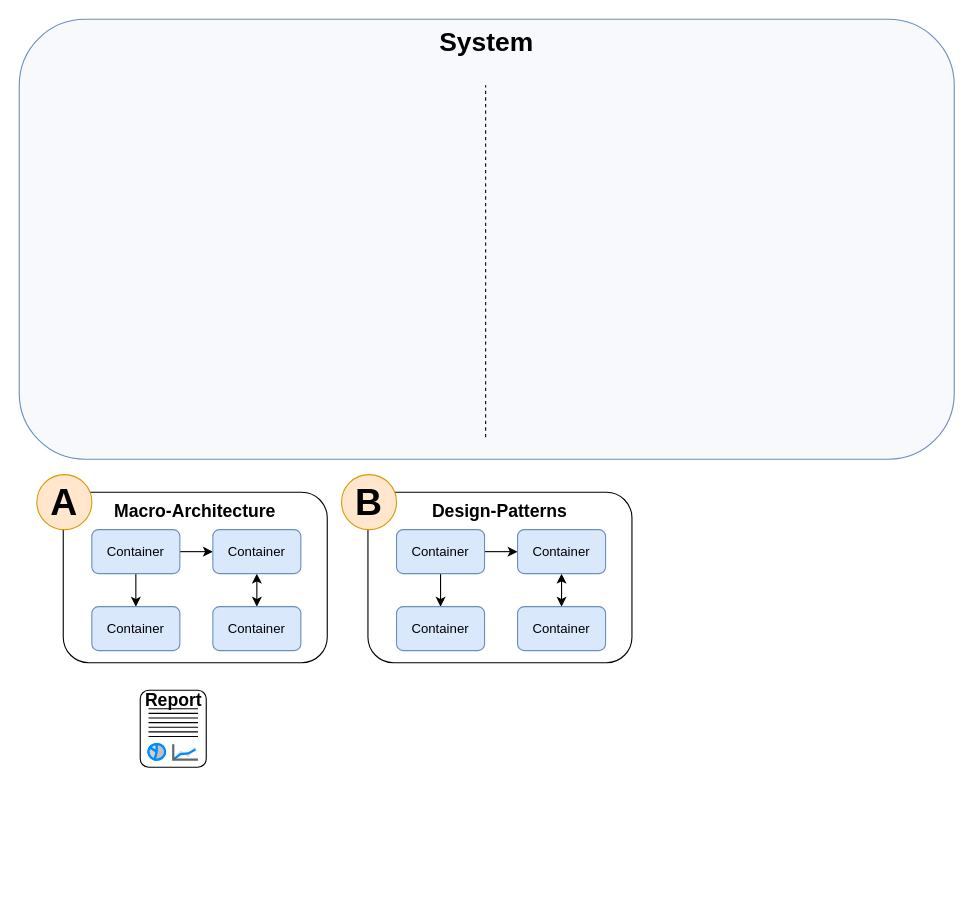
Before: page "Page-4" (4 of 4) of E-TEMS25.drawio in mhecktor/draw.io, a draw.io diagram. Source tidied: cells renumbered, new cells numbered last; positions are measured from the earlier drawing's top-left corner, leaving out a move shared by most shapes. Both pictures are drawn from the tidied source at 110%, with x=0, y=0 at pixel (19, 19).
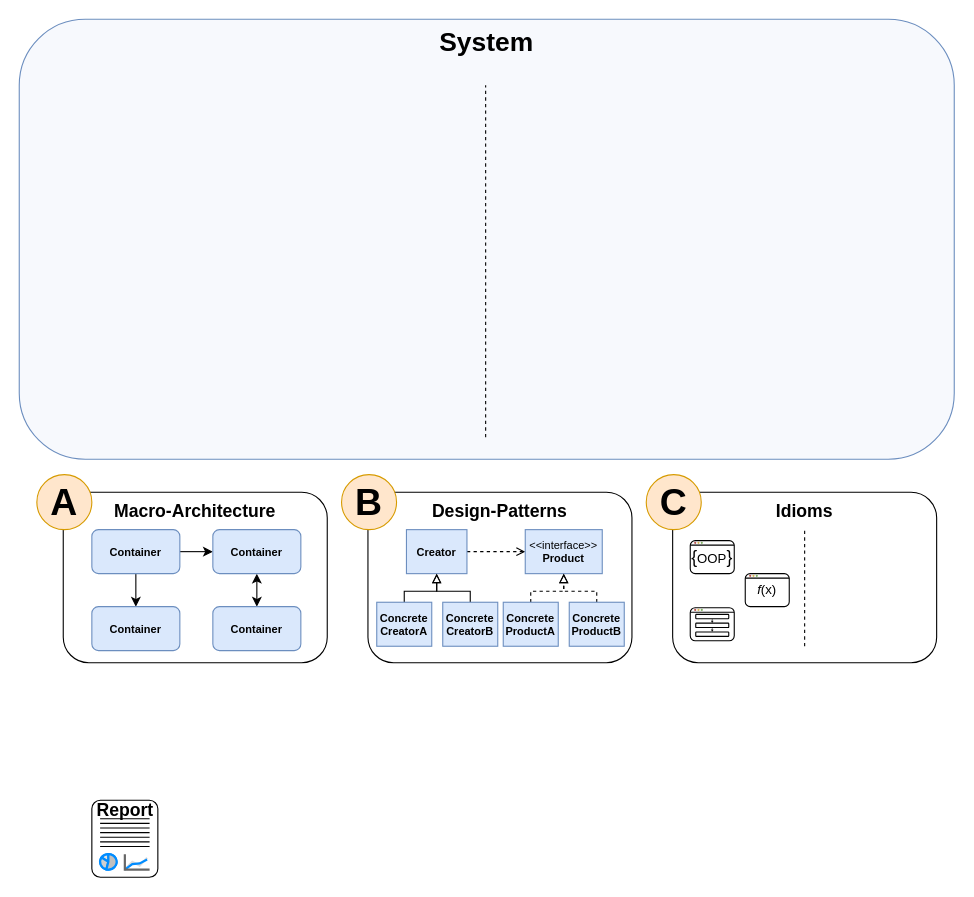
Above is the later version.

Diff of the diagram source:
```diff
@@
-    <mxCell id="7" value="Container" style="rounded=1;whiteSpace=wrap;html=1;fillColor=#dae8fc;strokeColor=#6c8ebf;" parent="1" vertex="1">
+    <mxCell id="7" value="Container" style="rounded=1;whiteSpace=wrap;html=1;fillColor=#dae8fc;strokeColor=#6c8ebf;fontSize=10;fontStyle=1;" parent="1" vertex="1">
       <mxGeometry x="66" y="464" width="80" height="40" as="geometry" />
     </mxCell>
@@
-    <mxCell id="9" value="Container" style="rounded=1;whiteSpace=wrap;html=1;fillColor=#dae8fc;strokeColor=#6c8ebf;" parent="1" vertex="1">
+    <mxCell id="9" value="Container" style="rounded=1;whiteSpace=wrap;html=1;fillColor=#dae8fc;strokeColor=#6c8ebf;fontSize=10;fontStyle=1;" parent="1" vertex="1">
       <mxGeometry x="176" y="464" width="80" height="40" as="geometry" />
     </mxCell>
-    <mxCell id="10" value="Container" style="rounded=1;whiteSpace=wrap;html=1;fillColor=#dae8fc;strokeColor=#6c8ebf;" parent="1" vertex="1">
+    <mxCell id="10" value="Container" style="rounded=1;whiteSpace=wrap;html=1;fillColor=#dae8fc;strokeColor=#6c8ebf;fontSize=10;fontStyle=1;" parent="1" vertex="1">
       <mxGeometry x="66" y="534" width="80" height="40" as="geometry" />
     </mxCell>
-    <mxCell id="11" value="Container" style="rounded=1;whiteSpace=wrap;html=1;fillColor=#dae8fc;strokeColor=#6c8ebf;" parent="1" vertex="1">
+    <mxCell id="11" value="Container" style="rounded=1;whiteSpace=wrap;html=1;fillColor=#dae8fc;strokeColor=#6c8ebf;fontSize=10;fontStyle=1;" parent="1" vertex="1">
       <mxGeometry x="176" y="534" width="80" height="40" as="geometry" />
     </mxCell>
@@
-    <mxCell id="15" style="edgeStyle=orthogonalEdgeStyle;rounded=0;jettySize=auto;html=1;exitX=0.5;exitY=1;exitDx=0;exitDy=0;entryX=0.5;entryY=0;entryDx=0;entryDy=0;" parent="1" edge="1" source="17" target="20">
-      <mxGeometry relative="1" as="geometry" />
-    </mxCell>
-    <mxCell id="16" style="edgeStyle=orthogonalEdgeStyle;rounded=0;jettySize=auto;html=1;exitX=1;exitY=0.5;exitDx=0;exitDy=0;entryX=0;entryY=0.5;entryDx=0;entryDy=0;" parent="1" edge="1" source="17" target="19">
-      <mxGeometry relative="1" as="geometry" />
-    </mxCell>
-    <mxCell id="17" value="Container" style="rounded=1;whiteSpace=wrap;html=1;fillColor=#dae8fc;strokeColor=#6c8ebf;" parent="1" vertex="1">
-      <mxGeometry x="343" y="464" width="80" height="40" as="geometry" />
-    </mxCell>
-    <mxCell id="18" style="edgeStyle=orthogonalEdgeStyle;rounded=0;jettySize=auto;html=1;exitX=0.5;exitY=1;exitDx=0;exitDy=0;entryX=0.5;entryY=0;entryDx=0;entryDy=0;startArrow=classic;startFill=1;" parent="1" edge="1" source="19" target="21">
-      <mxGeometry relative="1" as="geometry" />
-    </mxCell>
-    <mxCell id="19" value="Container" style="rounded=1;whiteSpace=wrap;html=1;fillColor=#dae8fc;strokeColor=#6c8ebf;" parent="1" vertex="1">
-      <mxGeometry x="453" y="464" width="80" height="40" as="geometry" />
-    </mxCell>
-    <mxCell id="20" value="Container" style="rounded=1;whiteSpace=wrap;html=1;fillColor=#dae8fc;strokeColor=#6c8ebf;" parent="1" vertex="1">
-      <mxGeometry x="343" y="534" width="80" height="40" as="geometry" />
-    </mxCell>
-    <mxCell id="21" value="Container" style="rounded=1;whiteSpace=wrap;html=1;fillColor=#dae8fc;strokeColor=#6c8ebf;" parent="1" vertex="1">
-      <mxGeometry x="453" y="534" width="80" height="40" as="geometry" />
-    </mxCell>
@@
     <mxCell id="24" style="group;" parent="1" vertex="1">
-      <mxGeometry x="110" y="610" width="60" height="70" as="geometry" />
+      <mxGeometry x="66" y="710" width="60" height="70" as="geometry" />
     </mxCell>
@@
+    <mxCell id="36" style="edgeStyle=orthogonalEdgeStyle;rounded=0;jettySize=auto;html=1;exitX=1;exitY=0.5;exitDx=0;exitDy=0;entryX=0;entryY=0.5;entryDx=0;entryDy=0;dashed=1;endArrow=open;endFill=0;" parent="1" edge="1" source="37" target="42">
+      <mxGeometry relative="1" as="geometry" />
+    </mxCell>
+    <mxCell id="37" value="&lt;b&gt;Creator&lt;/b&gt;" style="rounded=0;whiteSpace=wrap;html=1;fillColor=#dae8fc;strokeColor=#6c8ebf;fontSize=10;" parent="1" vertex="1">
+      <mxGeometry x="352" y="464" width="55" height="40" as="geometry" />
+    </mxCell>
+    <mxCell id="38" style="edgeStyle=orthogonalEdgeStyle;rounded=0;jettySize=auto;html=1;exitX=0.5;exitY=0;exitDx=0;exitDy=0;entryX=0.5;entryY=1;entryDx=0;entryDy=0;endArrow=block;endFill=0;" parent="1" edge="1" source="39" target="37">
+      <mxGeometry relative="1" as="geometry">
+        <Array as="points">
+          <mxPoint x="360" y="520" />
+          <mxPoint x="395" y="520" />
+        </Array>
+      </mxGeometry>
+    </mxCell>
+    <mxCell id="39" value="Concrete&lt;div&gt;CreatorA&lt;/div&gt;" style="rounded=0;whiteSpace=wrap;html=1;fillColor=#dae8fc;strokeColor=#6c8ebf;fontSize=10;fontStyle=1;" parent="1" vertex="1">
+      <mxGeometry x="325" y="530" width="50" height="40" as="geometry" />
+    </mxCell>
+    <mxCell id="40" style="edgeStyle=orthogonalEdgeStyle;rounded=0;jettySize=auto;html=1;exitX=0.5;exitY=0;exitDx=0;exitDy=0;entryX=0.5;entryY=1;entryDx=0;entryDy=0;endArrow=block;endFill=0;" parent="1" edge="1" source="41" target="37">
+      <mxGeometry relative="1" as="geometry">
+        <Array as="points">
+          <mxPoint x="410" y="520" />
+          <mxPoint x="380" y="520" />
+        </Array>
+      </mxGeometry>
+    </mxCell>
+    <mxCell id="41" value="Concrete&lt;div&gt;CreatorB&lt;/div&gt;" style="rounded=0;whiteSpace=wrap;html=1;fillColor=#dae8fc;strokeColor=#6c8ebf;fontSize=10;fontStyle=1;" parent="1" vertex="1">
+      <mxGeometry x="385" y="530" width="50" height="40" as="geometry" />
+    </mxCell>
+    <mxCell id="42" value="&lt;div&gt;&lt;font&gt;&amp;lt;&amp;lt;interface&amp;gt;&amp;gt;&lt;/font&gt;&lt;/div&gt;&lt;b&gt;Product&lt;/b&gt;" style="rounded=0;whiteSpace=wrap;html=1;fillColor=#dae8fc;strokeColor=#6c8ebf;fontSize=10;" parent="1" vertex="1">
+      <mxGeometry x="460" y="464" width="70" height="40" as="geometry" />
+    </mxCell>
+    <mxCell id="43" style="edgeStyle=orthogonalEdgeStyle;rounded=0;jettySize=auto;html=1;exitX=0.5;exitY=0;exitDx=0;exitDy=0;entryX=0.5;entryY=1;entryDx=0;entryDy=0;dashed=1;endArrow=block;endFill=0;" parent="1" edge="1" source="44" target="42">
+      <mxGeometry relative="1" as="geometry">
+        <Array as="points">
+          <mxPoint x="465" y="520" />
+          <mxPoint x="495" y="520" />
+        </Array>
+      </mxGeometry>
+    </mxCell>
+    <mxCell id="44" value="Concrete&lt;div&gt;ProductA&lt;/div&gt;" style="rounded=0;whiteSpace=wrap;html=1;fillColor=#dae8fc;strokeColor=#6c8ebf;fontSize=10;fontStyle=1;" parent="1" vertex="1">
+      <mxGeometry x="440" y="530" width="50" height="40" as="geometry" />
+    </mxCell>
+    <mxCell id="45" style="edgeStyle=orthogonalEdgeStyle;rounded=0;jettySize=auto;html=1;exitX=0.5;exitY=0;exitDx=0;exitDy=0;entryX=0.5;entryY=1;entryDx=0;entryDy=0;dashed=1;endArrow=block;endFill=0;" parent="1" edge="1" source="46" target="42">
+      <mxGeometry relative="1" as="geometry">
+        <Array as="points">
+          <mxPoint x="525" y="520" />
+          <mxPoint x="495" y="520" />
+        </Array>
+      </mxGeometry>
+    </mxCell>
+    <mxCell id="46" value="Concrete&lt;div&gt;ProductB&lt;/div&gt;" style="rounded=0;whiteSpace=wrap;html=1;fillColor=#dae8fc;strokeColor=#6c8ebf;fontSize=10;fontStyle=1;" parent="1" vertex="1">
+      <mxGeometry x="500" y="530" width="50" height="40" as="geometry" />
+    </mxCell>
+    <mxCell id="47" value="&lt;div&gt;&lt;br&gt;&lt;/div&gt;" style="rounded=1;whiteSpace=wrap;html=1;verticalAlign=top;fontStyle=1;" parent="1" vertex="1">
+      <mxGeometry x="594" y="430" width="240" height="155" as="geometry" />
+    </mxCell>
+    <mxCell id="48" value="C" style="ellipse;whiteSpace=wrap;html=1;fontStyle=1;fontSize=34;fillColor=#ffe6cc;strokeColor=#d79b00;" parent="1" vertex="1">
+      <mxGeometry x="570" y="414" width="50" height="50" as="geometry" />
+    </mxCell>
+    <mxCell id="49" value="&lt;span style=&quot;font-weight: 700;&quot;&gt;Idioms&lt;/span&gt;" style="text;html=1;align=center;verticalAlign=middle;whiteSpace=wrap;rounded=0;fontSize=16;" parent="1" vertex="1">
+      <mxGeometry x="594" y="430" width="240" height="34" as="geometry" />
+    </mxCell>
+    <mxCell id="50" style="group;" parent="1" vertex="1">
+      <mxGeometry x="610" y="474" width="40" height="30" as="geometry" />
+    </mxCell>
+    <mxCell id="51" value="&lt;font style=&quot;font-size: 16px;&quot;&gt;{&lt;/font&gt;&lt;font&gt;OO&lt;/font&gt;P&lt;font style=&quot;font-size: 16px;&quot;&gt;}&lt;/font&gt;" style="rounded=1;whiteSpace=wrap;html=1;" parent="50" vertex="1">
+      <mxGeometry width="40" height="30" as="geometry" />
+    </mxCell>
+    <mxCell id="52" style="endArrow=none;html=1;rounded=0;exitX=0.001;exitY=0.136;exitDx=0;exitDy=0;exitPerimeter=0;sourcePerimeterSpacing=0;entryX=0.998;entryY=0.136;entryDx=0;entryDy=0;entryPerimeter=0;" parent="50" edge="1" source="51" target="51">
+      <mxGeometry relative="1" as="geometry" />
+    </mxCell>
+    <mxCell id="53" style="ellipse;whiteSpace=wrap;html=1;fillColor=#f8cecc;strokeColor=#b85450;" parent="50" vertex="1">
+      <mxGeometry x="4" y="1.5" width="1" height="1" as="geometry" />
+    </mxCell>
+    <mxCell id="54" style="ellipse;whiteSpace=wrap;html=1;fillColor=#fff2cc;strokeColor=#d6b656;" parent="50" vertex="1">
+      <mxGeometry x="7" y="1.5" width="1" height="1" as="geometry" />
+    </mxCell>
+    <mxCell id="55" style="ellipse;whiteSpace=wrap;html=1;fillColor=#d5e8d4;strokeColor=#82b366;" parent="50" vertex="1">
+      <mxGeometry x="10" y="1.5" width="1" height="1" as="geometry" />
+    </mxCell>
+    <mxCell id="56" style="group;" parent="1" vertex="1">
+      <mxGeometry x="660" y="504" width="40" height="30" as="geometry" />
+    </mxCell>
+    <mxCell id="57" value="&lt;i&gt;f&lt;/i&gt;(x)" style="rounded=1;whiteSpace=wrap;html=1;" parent="56" vertex="1">
+      <mxGeometry width="40" height="30" as="geometry" />
+    </mxCell>
+    <mxCell id="58" style="endArrow=none;html=1;rounded=0;exitX=0.001;exitY=0.136;exitDx=0;exitDy=0;exitPerimeter=0;sourcePerimeterSpacing=0;entryX=0.998;entryY=0.136;entryDx=0;entryDy=0;entryPerimeter=0;" parent="56" edge="1" source="57" target="57">
+      <mxGeometry relative="1" as="geometry" />
+    </mxCell>
+    <mxCell id="59" style="ellipse;whiteSpace=wrap;html=1;fillColor=#f8cecc;strokeColor=#b85450;" parent="56" vertex="1">
+      <mxGeometry x="4" y="1.5" width="1" height="1" as="geometry" />
+    </mxCell>
+    <mxCell id="60" style="ellipse;whiteSpace=wrap;html=1;fillColor=#fff2cc;strokeColor=#d6b656;" parent="56" vertex="1">
+      <mxGeometry x="7" y="1.5" width="1" height="1" as="geometry" />
+    </mxCell>
+    <mxCell id="61" style="ellipse;whiteSpace=wrap;html=1;fillColor=#d5e8d4;strokeColor=#82b366;" parent="56" vertex="1">
+      <mxGeometry x="10" y="1.5" width="1" height="1" as="geometry" />
+    </mxCell>
+    <mxCell id="62" style="endArrow=none;dashed=1;html=1;rounded=0;entryX=0.5;entryY=1;entryDx=0;entryDy=0;" parent="1" edge="1" target="49">
+      <mxGeometry relative="1" as="geometry">
+        <mxPoint x="714" y="570" as="sourcePoint" />
+      </mxGeometry>
+    </mxCell>
+    <mxCell id="63" style="group;" parent="1" vertex="1">
+      <mxGeometry x="610" y="535" width="40" height="30" as="geometry" />
+    </mxCell>
+    <mxCell id="64" style="group;" parent="63" vertex="1">
+      <mxGeometry width="40" height="30" as="geometry" />
+    </mxCell>
+    <mxCell id="65" style="rounded=1;whiteSpace=wrap;html=1;" parent="64" vertex="1">
+      <mxGeometry width="40" height="30" as="geometry" />
+    </mxCell>
+    <mxCell id="66" style="endArrow=none;html=1;rounded=0;exitX=0.001;exitY=0.136;exitDx=0;exitDy=0;exitPerimeter=0;sourcePerimeterSpacing=0;entryX=0.998;entryY=0.136;entryDx=0;entryDy=0;entryPerimeter=0;" parent="64" edge="1" source="65" target="65">
+      <mxGeometry relative="1" as="geometry" />
+    </mxCell>
+    <mxCell id="67" style="ellipse;whiteSpace=wrap;html=1;fillColor=#f8cecc;strokeColor=#b85450;" parent="64" vertex="1">
+      <mxGeometry x="4" y="1.5" width="1" height="1" as="geometry" />
+    </mxCell>
+    <mxCell id="68" style="ellipse;whiteSpace=wrap;html=1;fillColor=#fff2cc;strokeColor=#d6b656;" parent="64" vertex="1">
+      <mxGeometry x="7" y="1.5" width="1" height="1" as="geometry" />
+    </mxCell>
+    <mxCell id="69" style="ellipse;whiteSpace=wrap;html=1;fillColor=#d5e8d4;strokeColor=#82b366;" parent="64" vertex="1">
+      <mxGeometry x="10" y="1.5" width="1" height="1" as="geometry" />
+    </mxCell>
+    <mxCell id="70" style="rounded=1;whiteSpace=wrap;html=1;" parent="64" vertex="1">
+      <mxGeometry x="5" y="14" width="30" height="4" as="geometry" />
+    </mxCell>
+    <mxCell id="71" style="edgeStyle=orthogonalEdgeStyle;rounded=0;jettySize=auto;html=1;exitX=0.5;exitY=1;exitDx=0;exitDy=0;entryX=0.5;entryY=0;entryDx=0;entryDy=0;endSize=1;startSize=1;strokeWidth=0.5;" parent="63" edge="1" source="72" target="70">
+      <mxGeometry relative="1" as="geometry" />
+    </mxCell>
+    <mxCell id="72" style="rounded=1;whiteSpace=wrap;html=1;" parent="63" vertex="1">
+      <mxGeometry x="5" y="6" width="30" height="4" as="geometry" />
+    </mxCell>
+    <mxCell id="73" style="rounded=1;whiteSpace=wrap;html=1;" parent="63" vertex="1">
+      <mxGeometry x="5" y="22" width="30" height="4" as="geometry" />
+    </mxCell>
+    <mxCell id="74" style="edgeStyle=orthogonalEdgeStyle;rounded=0;orthogonalLoop=1;jettySize=auto;html=1;exitX=0.5;exitY=1;exitDx=0;exitDy=0;entryX=0.5;entryY=0;entryDx=0;entryDy=0;endSize=1;startSize=1;strokeWidth=0.5;" parent="63" edge="1">
+      <mxGeometry relative="1" as="geometry">
+        <mxPoint x="20" y="18" as="sourcePoint" />
+        <mxPoint x="20" y="22" as="targetPoint" />
+      </mxGeometry>
+    </mxCell>
```
